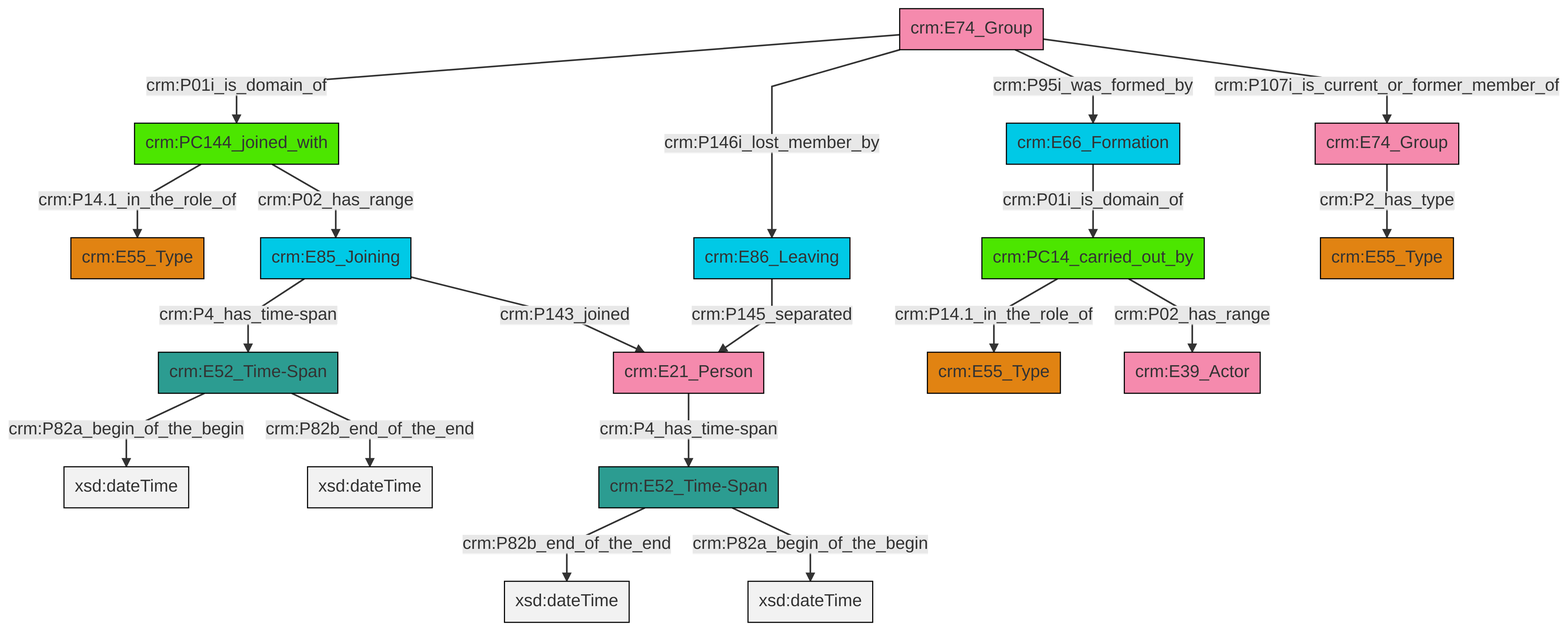
Earlier version of the Mermaid export et/groupCSV/ttl/mmd/png/group_actor_relations.png (swiss-art-research-net/reference-data-models). Its source is kept beside it as et/groupCSV/ttl/mmd/group_actor_relations.ttl.mmd.
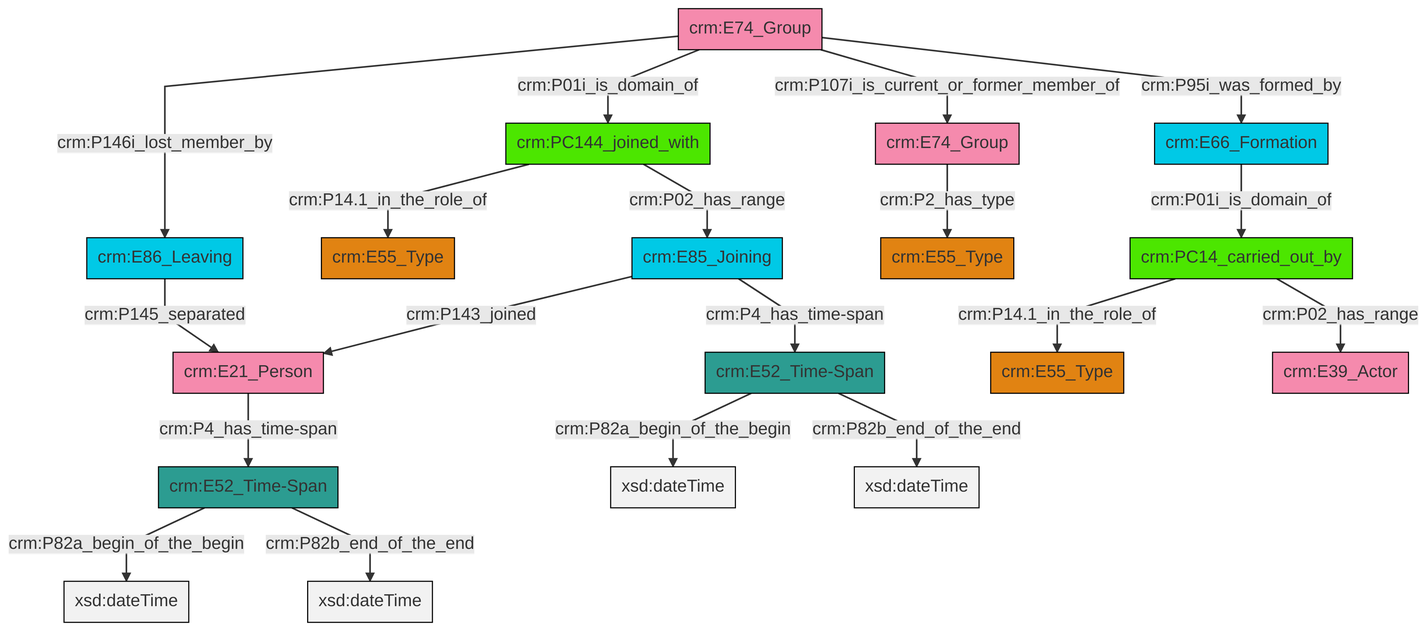
The same file after the commit.

What changed in the source:
```diff
@@ -13,21 +13,21 @@
 classDef PC_Classes fill:#4ce600, stroke:#000000;
 classDef Multi fill:#cccccc,stroke:#000000;
 
-0["crm:PC144_joined_with"]:::PC_Classes -->|crm:P14.1_in_the_role_of| 1["crm:E55_Type"]:::Type
-4["crm:E52_Time-Span"]:::Time-Span -->|crm:P82b_end_of_the_end| 5[xsd:dateTime]:::Literal
-8["crm:E52_Time-Span"]:::Time-Span -->|crm:P82a_begin_of_the_begin| 9[xsd:dateTime]:::Literal
-11["crm:E85_Joining"]:::Temporal_Entity -->|crm:P4_has_time-span| 8["crm:E52_Time-Span"]:::Time-Span
-2["crm:E66_Formation"]:::Temporal_Entity -->|crm:P01i_is_domain_of| 12["crm:PC14_carried_out_by"]:::PC_Classes
-12["crm:PC14_carried_out_by"]:::PC_Classes -->|crm:P14.1_in_the_role_of| 6["crm:E55_Type"]:::Type
-4["crm:E52_Time-Span"]:::Time-Span -->|crm:P82a_begin_of_the_begin| 16[xsd:dateTime]:::Literal
-17["crm:E21_Person"]:::Actor -->|crm:P4_has_time-span| 4["crm:E52_Time-Span"]:::Time-Span
-14["crm:E86_Leaving"]:::Temporal_Entity -->|crm:P145_separated| 17["crm:E21_Person"]:::Actor
-0["crm:PC144_joined_with"]:::PC_Classes -->|crm:P02_has_range| 11["crm:E85_Joining"]:::Temporal_Entity
-12["crm:PC14_carried_out_by"]:::PC_Classes -->|crm:P02_has_range| 20["crm:E39_Actor"]:::Actor
-22["crm:E74_Group"]:::Actor -->|crm:P01i_is_domain_of| 0["crm:PC144_joined_with"]:::PC_Classes
-22["crm:E74_Group"]:::Actor -->|crm:P146i_lost_member_by| 14["crm:E86_Leaving"]:::Temporal_Entity
-27["crm:E74_Group"]:::Actor -->|crm:P2_has_type| 18["crm:E55_Type"]:::Type
-22["crm:E74_Group"]:::Actor -->|crm:P95i_was_formed_by| 2["crm:E66_Formation"]:::Temporal_Entity
-8["crm:E52_Time-Span"]:::Time-Span -->|crm:P82b_end_of_the_end| 34[xsd:dateTime]:::Literal
-11["crm:E85_Joining"]:::Temporal_Entity -->|crm:P143_joined| 17["crm:E21_Person"]:::Actor
-22["crm:E74_Group"]:::Actor -->|crm:P107i_is_current_or_former_member_of| 27["crm:E74_Group"]:::Actor
+6["crm:E74_Group"]:::Actor -->|crm:P01i_is_domain_of| 7["crm:PC144_joined_with"]:::PC_Classes
+7["crm:PC144_joined_with"]:::PC_Classes -->|crm:P02_has_range| 4["crm:E85_Joining"]:::Temporal_Entity
+12["crm:E86_Leaving"]:::Temporal_Entity -->|crm:P145_separated| 14["crm:E21_Person"]:::Actor
+15["crm:E52_Time-Span"]:::Time-Span -->|crm:P82a_begin_of_the_begin| 16[xsd:dateTime]:::Literal
+4["crm:E85_Joining"]:::Temporal_Entity -->|crm:P143_joined| 14["crm:E21_Person"]:::Actor
+7["crm:PC144_joined_with"]:::PC_Classes -->|crm:P14.1_in_the_role_of| 10["crm:E55_Type"]:::Type
+0["crm:E66_Formation"]:::Temporal_Entity -->|crm:P01i_is_domain_of| 23["crm:PC14_carried_out_by"]:::PC_Classes
+15["crm:E52_Time-Span"]:::Time-Span -->|crm:P82b_end_of_the_end| 25[xsd:dateTime]:::Literal
+4["crm:E85_Joining"]:::Temporal_Entity -->|crm:P4_has_time-span| 2["crm:E52_Time-Span"]:::Time-Span
+23["crm:PC14_carried_out_by"]:::PC_Classes -->|crm:P02_has_range| 19["crm:E39_Actor"]:::Actor
+6["crm:E74_Group"]:::Actor -->|crm:P107i_is_current_or_former_member_of| 8["crm:E74_Group"]:::Actor
+2["crm:E52_Time-Span"]:::Time-Span -->|crm:P82a_begin_of_the_begin| 30[xsd:dateTime]:::Literal
+6["crm:E74_Group"]:::Actor -->|crm:P146i_lost_member_by| 12["crm:E86_Leaving"]:::Temporal_Entity
+8["crm:E74_Group"]:::Actor -->|crm:P2_has_type| 21["crm:E55_Type"]:::Type
+2["crm:E52_Time-Span"]:::Time-Span -->|crm:P82b_end_of_the_end| 33[xsd:dateTime]:::Literal
+6["crm:E74_Group"]:::Actor -->|crm:P95i_was_formed_by| 0["crm:E66_Formation"]:::Temporal_Entity
+14["crm:E21_Person"]:::Actor -->|crm:P4_has_time-span| 15["crm:E52_Time-Span"]:::Time-Span
+23["crm:PC14_carried_out_by"]:::PC_Classes -->|crm:P14.1_in_the_role_of| 17["crm:E55_Type"]:::Type
```
